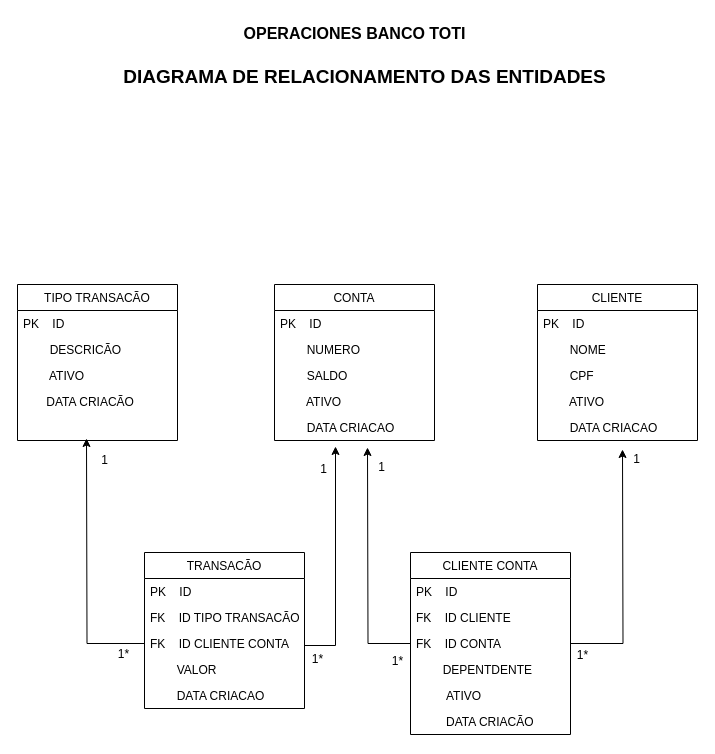
Before: banco_toti.drawio in pfabreuave/Banco_toti, a draw.io diagram. Source tidied: cells renumbered, new cells numbered last; positions are measured from the earlier drawing's top-left corner, leaving out a move shared by most shapes. Both pictures are drawn from the tidied source at 100%, with x=0, y=0 at pixel (17, 17).
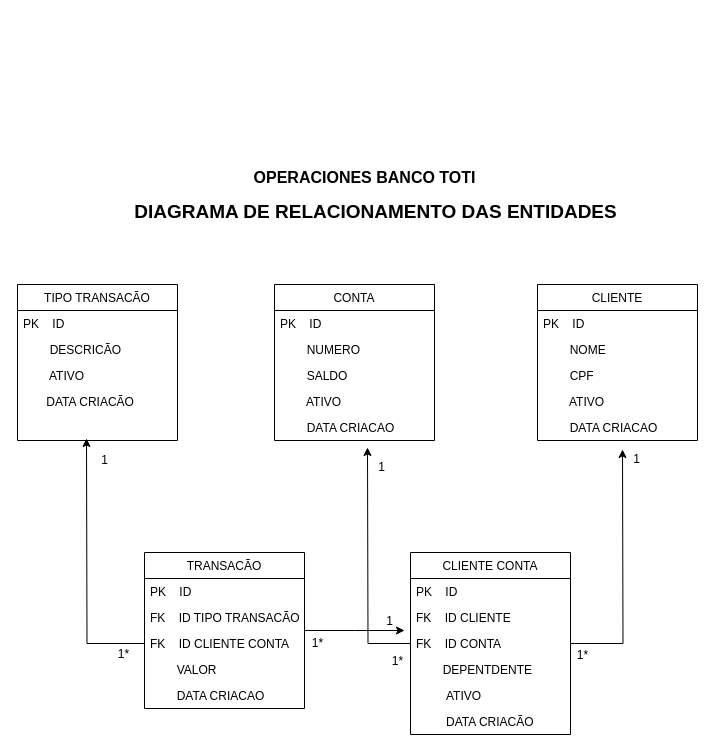
The same page after the edit.

Commit message:
se corrige diagrama entidad relacion

The change refers to these unchanged cells:
```xml
<mxCell id="22" value="TRANSACÃO" style="swimlane;fontStyle=0;align=center;verticalAlign=top;horizontal=1;startSize=26;rounded=0;shadow=0;strokeWidth=1;" parent="1" vertex="1">
  <mxGeometry x="127" y="535" width="160" height="156" as="geometry" />
</mxCell>
```

The edit, as a diff of the source:
```diff
@@
     <mxCell id="8" value="OPERACIONES BANCO TOTI" style="text;html=1;align=center;verticalAlign=middle;strokeColor=none;fillColor=none;fontStyle=1;fontSize=16;rounded=0;" parent="1" vertex="1">
-      <mxGeometry x="217" width="240" height="31" as="geometry" />
+      <mxGeometry x="227" y="144" width="240" height="31" as="geometry" />
     </mxCell>
     <mxCell id="9" value="DIAGRAMA DE RELACIONAMENTO DAS ENTIDADES" style="text;html=1;align=center;verticalAlign=middle;strokeColor=none;fillColor=none;fontStyle=1;fontSize=19;rounded=0;" parent="1" vertex="1">
-      <mxGeometry x="92" y="40" width="510" height="40" as="geometry" />
+      <mxGeometry x="103" y="175" width="510" height="40" as="geometry" />
     </mxCell>
@@
-    <mxCell id="21" style="edgeStyle=orthogonalEdgeStyle;rounded=0;jettySize=auto;html=1;" parent="1" edge="1" source="22">
-      <mxGeometry relative="1" as="geometry">
-        <mxPoint x="318" y="429" as="targetPoint" />
-        <Array as="points">
-          <mxPoint x="318" y="628" />
-        </Array>
-      </mxGeometry>
-    </mxCell>
+    <mxCell id="46" style="edgeStyle=orthogonalEdgeStyle;rounded=0;jettySize=auto;html=1;" parent="1" edge="1" source="22">
+      <mxGeometry relative="1" as="geometry">
+        <mxPoint x="387" y="613" as="targetPoint" />
+      </mxGeometry>
+    </mxCell>
@@
-    <mxCell id="38" value="1" style="text;html=1;align=center;verticalAlign=middle;strokeColor=none;fillColor=none;" parent="1" vertex="1">
-      <mxGeometry x="293" y="439" width="25" height="26" as="geometry" />
-    </mxCell>
     <mxCell id="39" value="1*&lt;br&gt;" style="text;html=1;align=center;verticalAlign=middle;strokeColor=none;fillColor=none;" parent="1" vertex="1">
-      <mxGeometry x="285" y="629" width="29" height="26" as="geometry" />
+      <mxGeometry x="285" y="613" width="29" height="26" as="geometry" />
     </mxCell>
@@
+    <mxCell id="38" value="1" style="text;html=1;align=center;verticalAlign=middle;strokeColor=none;fillColor=none;" parent="1" vertex="1">
+      <mxGeometry x="359" y="591" width="25" height="26" as="geometry" />
+    </mxCell>
```
